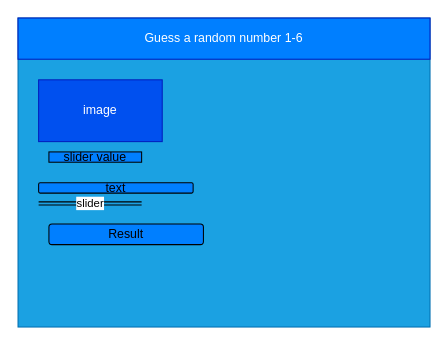
Before: design/story-board.drawio in Allen-Li-hub/ICS2OR-Assignment-4-HTML, a draw.io diagram. Source tidied: cells renumbered, new cells numbered last; positions are measured from the earlier drawing's top-left corner, leaving out a move shared by most shapes. Both pictures are drawn from the tidied source at 103%, with x=0, y=0 at pixel (18, 18).
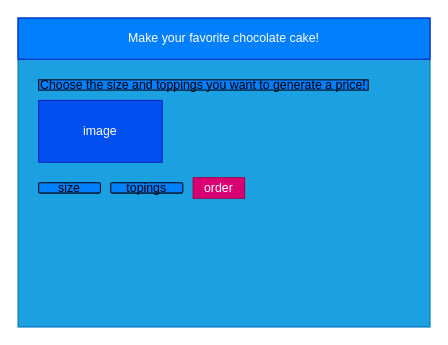
The same diagram, later.

What changed in the source:
```diff
@@
 <mxGraphModel>
   <root>
     <mxCell id="0" />
     <mxCell id="1" parent="0" />
     <mxCell id="2" style="rounded=0;whiteSpace=wrap;html=1;fillColor=#1ba1e2;fontColor=#ffffff;strokeColor=#006EAF;" parent="1" vertex="1">
       <mxGeometry width="400" height="300" as="geometry" />
     </mxCell>
-    <mxCell id="3" value="Guess a random number 1-6" style="rounded=0;whiteSpace=wrap;html=1;fillColor=#007FFF;fontColor=#ffffff;strokeColor=#001DBC;" parent="1" vertex="1">
+    <mxCell id="3" value="Make your favorite chocolate cake!" style="rounded=0;whiteSpace=wrap;html=1;fillColor=#007FFF;fontColor=#ffffff;strokeColor=#001DBC;" parent="1" vertex="1">
       <mxGeometry width="400" height="40" as="geometry" />
     </mxCell>
     <mxCell id="4" value="image" style="rounded=0;whiteSpace=wrap;html=1;fillColor=#0050ef;fontColor=#ffffff;strokeColor=#001DBC;" parent="1" vertex="1">
-      <mxGeometry x="20" y="60" width="120" height="60" as="geometry" />
+      <mxGeometry x="20" y="80" width="120" height="60" as="geometry" />
     </mxCell>
-    <mxCell id="5" value="slider value" style="rounded=0;whiteSpace=wrap;html=1;fillColor=#007FFF;" parent="1" vertex="1">
-      <mxGeometry x="30" y="130" width="90" height="10" as="geometry" />
+    <mxCell id="5" value="Choose the size and toppings you want to generate a price!" style="rounded=0;whiteSpace=wrap;html=1;fillColor=#007FFF;" parent="1" vertex="1">
+      <mxGeometry x="20" y="60" width="320" height="10" as="geometry" />
     </mxCell>
-    <mxCell id="6" value="slider" style="shape=link;html=1;width=3;" parent="1" edge="1">
-      <mxGeometry relative="1" as="geometry">
-        <mxPoint x="20" y="180" as="sourcePoint" />
-        <mxPoint x="120" y="180" as="targetPoint" />
-      </mxGeometry>
-    </mxCell>
-    <mxCell id="7" value="Result" style="rounded=1;whiteSpace=wrap;html=1;fillColor=#007FFF;" parent="1" vertex="1">
-      <mxGeometry x="30" y="200" width="150" height="20" as="geometry" />
+    <mxCell id="7" value="topings" style="rounded=1;whiteSpace=wrap;html=1;fillColor=#007FFF;" parent="1" vertex="1">
+      <mxGeometry x="90" y="160" width="70" height="10" as="geometry" />
     </mxCell>
-    <mxCell id="8" value="text" style="rounded=1;whiteSpace=wrap;html=1;fillColor=#007FFF;" parent="1" vertex="1">
-      <mxGeometry x="20" y="160" width="150" height="10" as="geometry" />
+    <mxCell id="8" value="size" style="rounded=1;whiteSpace=wrap;html=1;fillColor=#007FFF;" parent="1" vertex="1">
+      <mxGeometry x="20" y="160" width="60" height="10" as="geometry" />
     </mxCell>
+    <mxCell id="9" value="order" style="rounded=0;whiteSpace=wrap;html=1;fillColor=#d80073;fontColor=#ffffff;strokeColor=#A50040;" parent="1" vertex="1">
+      <mxGeometry x="170" y="155" width="50" height="20" as="geometry" />
+    </mxCell>
   </root>
 </mxGraphModel>
```
